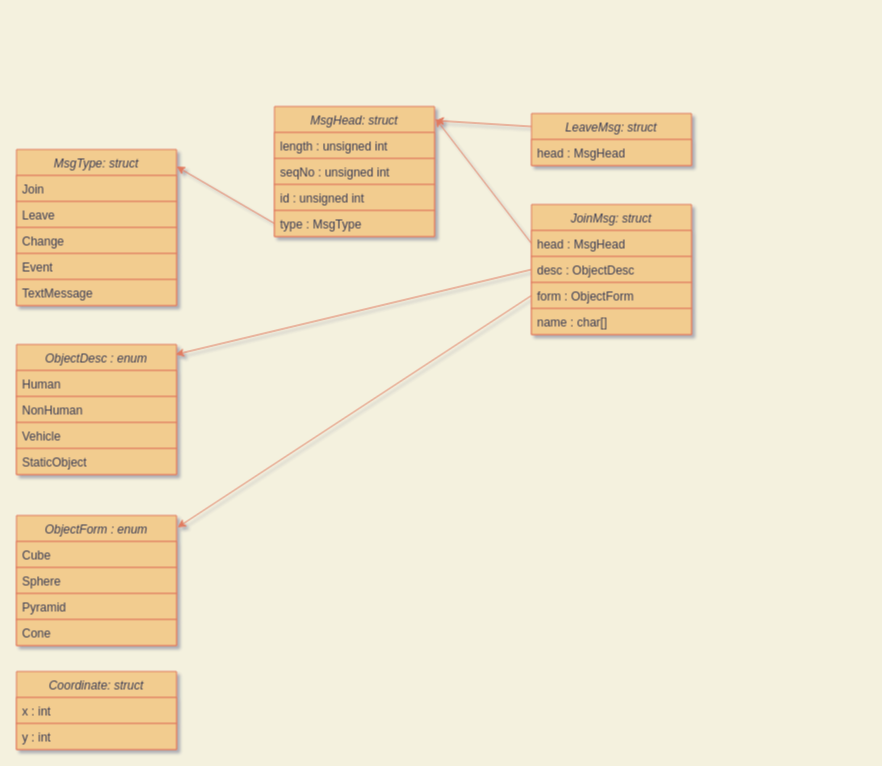
Above: Lab 4.drawio in mogggen/Hello_World_Multiplayer (draw.io), before the change. Source tidied: cells renumbered, new cells numbered last; positions are measured from the earlier drawing's top-left corner, leaving out a move shared by most shapes. Both pictures are drawn from the tidied source at 100%, with x=0, y=0 at pixel (16, 106).
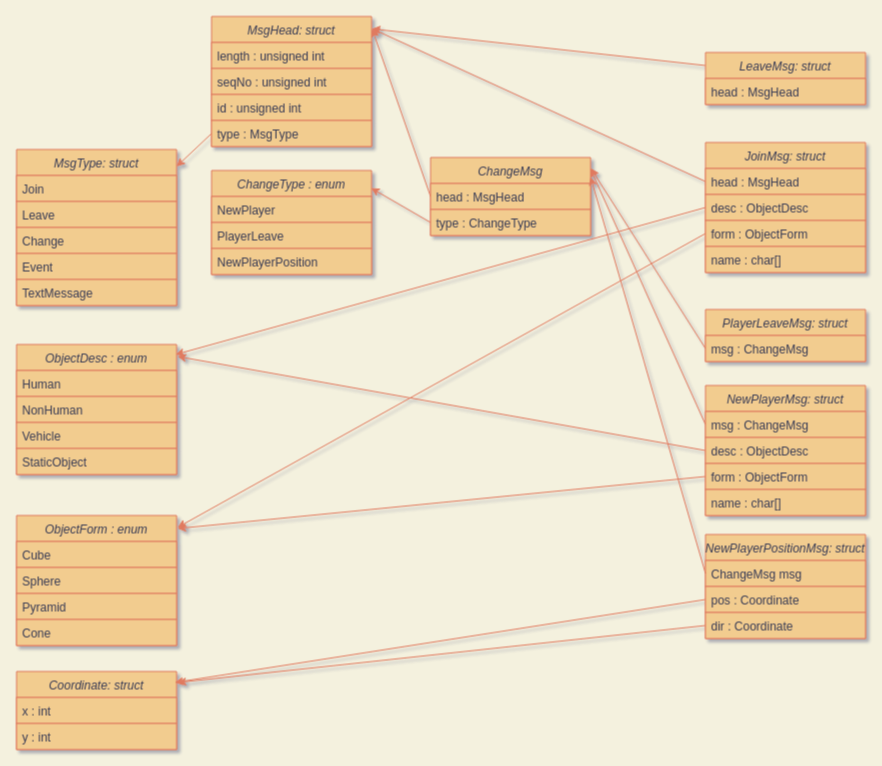
The same diagram, later.

Commit message:
say whut

Unchanged cells that the change refers to:
```xml
<mxCell id="14" value="ObjectDesc : enum" style="swimlane;fontStyle=2;align=center;verticalAlign=top;horizontal=1;startSize=26;shadow=0;strokeWidth=1;fillColor=#F2CC8F;strokeColor=#E07A5F;fontColor=#393C56;" parent="1" vertex="1">
  <mxGeometry y="238" width="160" height="130" as="geometry" />
</mxCell>
<mxCell id="19" value="ObjectForm : enum" style="swimlane;fontStyle=2;align=center;verticalAlign=top;horizontal=1;startSize=26;shadow=0;strokeWidth=1;fillColor=#F2CC8F;strokeColor=#E07A5F;fontColor=#393C56;" parent="1" vertex="1">
  <mxGeometry y="409" width="160" height="130" as="geometry" />
</mxCell>
```

Change to the diagram source:
```diff
@@
-    <mxCell id="2" value="Coordinate: struct" style="swimlane;fontStyle=2;align=center;verticalAlign=top;horizontal=1;startSize=26;shadow=0;strokeWidth=1;fillColor=#F2CC8F;strokeColor=#E07A5F;fontColor=#393C56;" parent="1" vertex="1">
-      <mxGeometry y="565" width="160" height="78" as="geometry" />
-    </mxCell>
-    <mxCell id="3" value="x : int" style="text;align=left;verticalAlign=top;spacingLeft=4;spacingRight=4;overflow=hidden;fillColor=#F2CC8F;strokeColor=#E07A5F;fontColor=#393C56;" parent="2" vertex="1">
-      <mxGeometry y="26" width="160" height="26" as="geometry" />
-    </mxCell>
-    <mxCell id="4" value="y : int" style="text;align=left;verticalAlign=top;spacingLeft=4;spacingRight=4;overflow=hidden;shadow=0;html=0;fillColor=#F2CC8F;strokeColor=#E07A5F;fontColor=#393C56;" parent="2" vertex="1">
-      <mxGeometry y="52" width="160" height="26" as="geometry" />
-    </mxCell>
@@
-    <mxCell id="6" style="endArrow=classic;html=1;strokeColor=#E07A5F;fillColor=#F2CC8F;fontColor=#393C56;entryX=1.006;entryY=0.092;entryDx=0;entryDy=0;entryPerimeter=0;exitX=0;exitY=0.5;exitDx=0;exitDy=0;" parent="1" edge="1" source="10" target="30">
+    <mxCell id="6" style="endArrow=classic;html=1;strokeColor=#E07A5F;fillColor=#F2CC8F;fontColor=#393C56;entryX=1;entryY=0.092;entryDx=0;entryDy=0;entryPerimeter=0;exitX=0;exitY=0.5;exitDx=0;exitDy=0;" parent="1" edge="1" source="10" target="30">
       <mxGeometry relative="1" as="geometry" />
     </mxCell>
@@
-    <mxCell id="9" value="JoinMsg: struct" style="swimlane;fontStyle=2;align=center;verticalAlign=top;horizontal=1;startSize=26;shadow=0;strokeWidth=1;fillColor=#F2CC8F;strokeColor=#E07A5F;fontColor=#393C56;" parent="1" vertex="1">
-      <mxGeometry x="515" y="98" width="160" height="130" as="geometry" />
-    </mxCell>
-    <mxCell id="10" value="head : MsgHead" style="text;align=left;verticalAlign=top;spacingLeft=4;spacingRight=4;overflow=hidden;points=[[0,0.5],[1,0.5]];portConstraint=eastwest;fillColor=#F2CC8F;strokeColor=#E07A5F;fontColor=#393C56;" parent="9" vertex="1">
-      <mxGeometry y="26" width="160" height="26" as="geometry" />
-    </mxCell>
-    <mxCell id="11" value="desc : ObjectDesc" style="text;align=left;verticalAlign=top;spacingLeft=4;spacingRight=4;overflow=hidden;shadow=0;html=0;fillColor=#F2CC8F;strokeColor=#E07A5F;fontColor=#393C56;" parent="9" vertex="1">
-      <mxGeometry y="52" width="160" height="26" as="geometry" />
-    </mxCell>
-    <mxCell id="12" value="form : ObjectForm" style="text;align=left;verticalAlign=top;spacingLeft=4;spacingRight=4;overflow=hidden;points=[[0,0.5],[1,0.5]];portConstraint=eastwest;shadow=0;html=0;fillColor=#F2CC8F;strokeColor=#E07A5F;fontColor=#393C56;" parent="9" vertex="1">
-      <mxGeometry y="78" width="160" height="26" as="geometry" />
-    </mxCell>
-    <mxCell id="13" value="name : char[]" style="text;align=left;verticalAlign=top;spacingLeft=4;spacingRight=4;overflow=hidden;shadow=0;html=0;fillColor=#F2CC8F;strokeColor=#E07A5F;fontColor=#393C56;" parent="9" vertex="1">
-      <mxGeometry y="104" width="160" height="26" as="geometry" />
-    </mxCell>
+    <mxCell id="35" style="endArrow=classic;html=1;strokeColor=#E07A5F;fillColor=#F2CC8F;fontColor=#393C56;entryX=1.002;entryY=0.095;entryDx=0;entryDy=0;entryPerimeter=0;exitX=0;exitY=0.25;exitDx=0;exitDy=0;" parent="1" edge="1" source="36" target="30">
+      <mxGeometry relative="1" as="geometry" />
+    </mxCell>
+    <mxCell id="2" value="Coordinate: struct" style="swimlane;fontStyle=2;align=center;verticalAlign=top;horizontal=1;startSize=26;shadow=0;strokeWidth=1;fillColor=#F2CC8F;strokeColor=#E07A5F;fontColor=#393C56;" parent="1" vertex="1">
+      <mxGeometry y="565" width="160" height="78" as="geometry" />
+    </mxCell>
+    <mxCell id="3" value="x : int" style="text;align=left;verticalAlign=top;spacingLeft=4;spacingRight=4;overflow=hidden;fillColor=#F2CC8F;strokeColor=#E07A5F;fontColor=#393C56;" parent="2" vertex="1">
+      <mxGeometry y="26" width="160" height="26" as="geometry" />
+    </mxCell>
+    <mxCell id="4" value="y : int" style="text;align=left;verticalAlign=top;spacingLeft=4;spacingRight=4;overflow=hidden;shadow=0;html=0;fillColor=#F2CC8F;strokeColor=#E07A5F;fontColor=#393C56;" parent="2" vertex="1">
+      <mxGeometry y="52" width="160" height="26" as="geometry" />
+    </mxCell>
@@
+    <mxCell id="38" style="endArrow=classic;html=1;strokeColor=#E07A5F;fillColor=#F2CC8F;fontColor=#393C56;entryX=1.003;entryY=0.094;entryDx=0;entryDy=0;entryPerimeter=0;exitX=0;exitY=0.5;exitDx=0;exitDy=0;" parent="1" edge="1" source="44" target="30">
+      <mxGeometry relative="1" as="geometry" />
+    </mxCell>
+    <mxCell id="39" style="endArrow=classic;html=1;strokeColor=#E07A5F;fillColor=#F2CC8F;fontColor=#393C56;entryX=0.997;entryY=0.169;entryDx=0;entryDy=0;entryPerimeter=0;exitX=0;exitY=0.5;exitDx=0;exitDy=0;" parent="1" edge="1" source="46" target="54">
+      <mxGeometry relative="1" as="geometry" />
+    </mxCell>
+    <mxCell id="40" style="endArrow=classic;html=1;strokeColor=#E07A5F;fillColor=#F2CC8F;fontColor=#393C56;entryX=0.998;entryY=0.141;entryDx=0;entryDy=0;exitX=0;exitY=0.5;exitDx=0;exitDy=0;entryPerimeter=0;" parent="1" edge="1" source="50" target="44">
+      <mxGeometry relative="1" as="geometry" />
+    </mxCell>
+    <mxCell id="41" style="endArrow=classic;html=1;strokeColor=#E07A5F;fillColor=#F2CC8F;fontColor=#393C56;entryX=1.006;entryY=0.092;entryDx=0;entryDy=0;entryPerimeter=0;exitX=0;exitY=0.5;exitDx=0;exitDy=0;" parent="1" edge="1" source="49" target="14">
+      <mxGeometry relative="1" as="geometry" />
+    </mxCell>
+    <mxCell id="42" style="endArrow=classic;html=1;strokeColor=#E07A5F;fillColor=#F2CC8F;fontColor=#393C56;entryX=1.006;entryY=0.1;entryDx=0;entryDy=0;entryPerimeter=0;exitX=0;exitY=0.5;exitDx=0;exitDy=0;" parent="1" edge="1" source="52" target="19">
+      <mxGeometry relative="1" as="geometry" />
+    </mxCell>
+    <mxCell id="43" style="endArrow=classic;html=1;strokeColor=#E07A5F;fillColor=#F2CC8F;fontColor=#393C56;exitX=0;exitY=0.75;exitDx=0;exitDy=0;entryX=1.001;entryY=0.136;entryDx=0;entryDy=0;entryPerimeter=0;" parent="1" edge="1" source="47" target="44">
+      <mxGeometry relative="1" as="geometry" />
+    </mxCell>
+    <mxCell id="44" value="ChangeMsg" style="swimlane;fontStyle=2;align=center;verticalAlign=top;horizontal=1;startSize=26;shadow=0;strokeWidth=1;fillColor=#F2CC8F;strokeColor=#E07A5F;fontColor=#393C56;" parent="1" vertex="1">
+      <mxGeometry x="414" y="51" width="160" height="78" as="geometry" />
+    </mxCell>
+    <mxCell id="45" value="head : MsgHead" style="text;align=left;verticalAlign=top;spacingLeft=4;spacingRight=4;overflow=hidden;fillColor=#F2CC8F;strokeColor=#E07A5F;fontColor=#393C56;" parent="44" vertex="1">
+      <mxGeometry y="26" width="160" height="26" as="geometry" />
+    </mxCell>
+    <mxCell id="46" value="type : ChangeType" style="text;align=left;verticalAlign=top;spacingLeft=4;spacingRight=4;overflow=hidden;points=[[0,0.5],[1,0.5]];portConstraint=eastwest;shadow=0;html=0;fillColor=#F2CC8F;strokeColor=#E07A5F;fontColor=#393C56;" parent="44" vertex="1">
+      <mxGeometry y="52" width="160" height="26" as="geometry" />
+    </mxCell>
+    <mxCell id="47" value="PlayerLeaveMsg: struct" style="swimlane;fontStyle=2;align=center;verticalAlign=top;horizontal=1;startSize=26;shadow=0;strokeWidth=1;fillColor=#F2CC8F;strokeColor=#E07A5F;fontColor=#393C56;" parent="1" vertex="1">
+      <mxGeometry x="689" y="203" width="160" height="52" as="geometry" />
+    </mxCell>
+    <mxCell id="48" value="msg : ChangeMsg" style="text;align=left;verticalAlign=top;spacingLeft=4;spacingRight=4;overflow=hidden;fillColor=#F2CC8F;strokeColor=#E07A5F;fontColor=#393C56;" parent="47" vertex="1">
+      <mxGeometry y="26" width="160" height="26" as="geometry" />
+    </mxCell>
+    <mxCell id="9" value="JoinMsg: struct" style="swimlane;fontStyle=2;align=center;verticalAlign=top;horizontal=1;startSize=26;shadow=0;strokeWidth=1;fillColor=#F2CC8F;strokeColor=#E07A5F;fontColor=#393C56;" parent="1" vertex="1">
+      <mxGeometry x="689" y="36" width="160" height="130" as="geometry" />
+    </mxCell>
+    <mxCell id="10" value="head : MsgHead" style="text;align=left;verticalAlign=top;spacingLeft=4;spacingRight=4;overflow=hidden;points=[[0,0.5],[1,0.5]];portConstraint=eastwest;fillColor=#F2CC8F;strokeColor=#E07A5F;fontColor=#393C56;" parent="9" vertex="1">
+      <mxGeometry y="26" width="160" height="26" as="geometry" />
+    </mxCell>
+    <mxCell id="11" value="desc : ObjectDesc" style="text;align=left;verticalAlign=top;spacingLeft=4;spacingRight=4;overflow=hidden;shadow=0;html=0;fillColor=#F2CC8F;strokeColor=#E07A5F;fontColor=#393C56;" parent="9" vertex="1">
+      <mxGeometry y="52" width="160" height="26" as="geometry" />
+    </mxCell>
+    <mxCell id="12" value="form : ObjectForm" style="text;align=left;verticalAlign=top;spacingLeft=4;spacingRight=4;overflow=hidden;points=[[0,0.5],[1,0.5]];portConstraint=eastwest;shadow=0;html=0;fillColor=#F2CC8F;strokeColor=#E07A5F;fontColor=#393C56;" parent="9" vertex="1">
+      <mxGeometry y="78" width="160" height="26" as="geometry" />
+    </mxCell>
+    <mxCell id="13" value="name : char[]" style="text;align=left;verticalAlign=top;spacingLeft=4;spacingRight=4;overflow=hidden;shadow=0;html=0;fillColor=#F2CC8F;strokeColor=#E07A5F;fontColor=#393C56;" parent="9" vertex="1">
+      <mxGeometry y="104" width="160" height="26" as="geometry" />
+    </mxCell>
+    <mxCell id="36" value="LeaveMsg: struct" style="swimlane;fontStyle=2;align=center;verticalAlign=top;horizontal=1;startSize=26;shadow=0;strokeWidth=1;fillColor=#F2CC8F;strokeColor=#E07A5F;fontColor=#393C56;" parent="1" vertex="1">
+      <mxGeometry x="689" y="-54" width="160" height="52" as="geometry" />
+    </mxCell>
+    <mxCell id="37" value="head : MsgHead" style="text;align=left;verticalAlign=top;spacingLeft=4;spacingRight=4;overflow=hidden;fillColor=#F2CC8F;strokeColor=#E07A5F;fontColor=#393C56;" parent="36" vertex="1">
+      <mxGeometry y="26" width="160" height="26" as="geometry" />
+    </mxCell>
+    <mxCell id="49" value="NewPlayerMsg: struct" style="swimlane;fontStyle=2;align=center;verticalAlign=top;horizontal=1;startSize=26;shadow=0;strokeWidth=1;fillColor=#F2CC8F;strokeColor=#E07A5F;fontColor=#393C56;" parent="1" vertex="1">
+      <mxGeometry x="689" y="279" width="160" height="130" as="geometry" />
+    </mxCell>
+    <mxCell id="50" value="msg : ChangeMsg" style="text;align=left;verticalAlign=top;spacingLeft=4;spacingRight=4;overflow=hidden;points=[[0,0.5],[1,0.5]];portConstraint=eastwest;fillColor=#F2CC8F;strokeColor=#E07A5F;fontColor=#393C56;" parent="49" vertex="1">
+      <mxGeometry y="26" width="160" height="26" as="geometry" />
+    </mxCell>
+    <mxCell id="51" value="desc : ObjectDesc" style="text;align=left;verticalAlign=top;spacingLeft=4;spacingRight=4;overflow=hidden;shadow=0;html=0;fillColor=#F2CC8F;strokeColor=#E07A5F;fontColor=#393C56;" parent="49" vertex="1">
+      <mxGeometry y="52" width="160" height="26" as="geometry" />
+    </mxCell>
+    <mxCell id="52" value="form : ObjectForm" style="text;align=left;verticalAlign=top;spacingLeft=4;spacingRight=4;overflow=hidden;points=[[0,0.5],[1,0.5]];portConstraint=eastwest;shadow=0;html=0;fillColor=#F2CC8F;strokeColor=#E07A5F;fontColor=#393C56;" parent="49" vertex="1">
+      <mxGeometry y="78" width="160" height="26" as="geometry" />
+    </mxCell>
+    <mxCell id="53" value="name : char[]" style="text;align=left;verticalAlign=top;spacingLeft=4;spacingRight=4;overflow=hidden;shadow=0;html=0;fillColor=#F2CC8F;strokeColor=#E07A5F;fontColor=#393C56;" parent="49" vertex="1">
+      <mxGeometry y="104" width="160" height="26" as="geometry" />
+    </mxCell>
+    <mxCell id="54" value="ChangeType : enum" style="swimlane;fontStyle=2;align=center;verticalAlign=top;horizontal=1;startSize=26;shadow=0;strokeWidth=1;fillColor=#F2CC8F;strokeColor=#E07A5F;fontColor=#393C56;" parent="1" vertex="1">
+      <mxGeometry x="195" y="64" width="160" height="104" as="geometry" />
+    </mxCell>
+    <mxCell id="55" value="NewPlayer" style="text;align=left;verticalAlign=top;spacingLeft=4;spacingRight=4;overflow=hidden;fillColor=#F2CC8F;strokeColor=#E07A5F;fontColor=#393C56;" parent="54" vertex="1">
+      <mxGeometry y="26" width="160" height="26" as="geometry" />
+    </mxCell>
+    <mxCell id="56" value="PlayerLeave" style="text;align=left;verticalAlign=top;spacingLeft=4;spacingRight=4;overflow=hidden;shadow=0;html=0;fillColor=#F2CC8F;strokeColor=#E07A5F;fontColor=#393C56;" parent="54" vertex="1">
+      <mxGeometry y="52" width="160" height="26" as="geometry" />
+    </mxCell>
+    <mxCell id="57" value="NewPlayerPosition" style="text;align=left;verticalAlign=top;spacingLeft=4;spacingRight=4;overflow=hidden;shadow=0;html=0;fillColor=#F2CC8F;strokeColor=#E07A5F;fontColor=#393C56;" parent="54" vertex="1">
+      <mxGeometry y="78" width="160" height="26" as="geometry" />
+    </mxCell>
     <mxCell id="30" value="MsgHead: struct" style="swimlane;fontStyle=2;align=center;verticalAlign=top;horizontal=1;startSize=26;shadow=0;strokeWidth=1;fillColor=#F2CC8F;strokeColor=#E07A5F;fontColor=#393C56;" parent="1" vertex="1">
-      <mxGeometry x="258" width="160" height="130" as="geometry" />
+      <mxGeometry x="195" y="-90" width="160" height="130" as="geometry" />
     </mxCell>
@@
-    <mxCell id="35" style="endArrow=classic;html=1;strokeColor=#E07A5F;fillColor=#F2CC8F;fontColor=#393C56;entryX=1.006;entryY=0.108;entryDx=0;entryDy=0;entryPerimeter=0;exitX=0;exitY=0.25;exitDx=0;exitDy=0;" parent="1" edge="1" source="36" target="30">
-      <mxGeometry relative="1" as="geometry" />
-    </mxCell>
-    <mxCell id="36" value="LeaveMsg: struct" style="swimlane;fontStyle=2;align=center;verticalAlign=top;horizontal=1;startSize=26;shadow=0;strokeWidth=1;fillColor=#F2CC8F;strokeColor=#E07A5F;fontColor=#393C56;" parent="1" vertex="1">
-      <mxGeometry x="515" y="7" width="160" height="52" as="geometry" />
-    </mxCell>
-    <mxCell id="37" value="head : MsgHead" style="text;align=left;verticalAlign=top;spacingLeft=4;spacingRight=4;overflow=hidden;fillColor=#F2CC8F;strokeColor=#E07A5F;fontColor=#393C56;" parent="36" vertex="1">
-      <mxGeometry y="26" width="160" height="26" as="geometry" />
-    </mxCell>
+    <mxCell id="58" style="endArrow=classic;html=1;strokeColor=#E07A5F;fillColor=#F2CC8F;fontColor=#393C56;entryX=0.988;entryY=0.141;entryDx=0;entryDy=0;entryPerimeter=0;exitX=0;exitY=0.5;exitDx=0;exitDy=0;" parent="1" edge="1" source="62" target="2">
+      <mxGeometry relative="1" as="geometry" />
+    </mxCell>
+    <mxCell id="59" style="endArrow=classic;html=1;strokeColor=#E07A5F;fillColor=#F2CC8F;fontColor=#393C56;exitX=0;exitY=0.5;exitDx=0;exitDy=0;" parent="1" edge="1" source="63">
+      <mxGeometry relative="1" as="geometry">
+        <mxPoint x="161" y="576" as="targetPoint" />
+      </mxGeometry>
+    </mxCell>
+    <mxCell id="60" value="NewPlayerPositionMsg: struct" style="swimlane;fontStyle=2;align=center;verticalAlign=top;horizontal=1;startSize=26;shadow=0;strokeWidth=1;fillColor=#F2CC8F;strokeColor=#E07A5F;fontColor=#393C56;" parent="1" vertex="1">
+      <mxGeometry x="689" y="428" width="160" height="104" as="geometry" />
+    </mxCell>
+    <mxCell id="61" value="ChangeMsg msg" style="text;align=left;verticalAlign=top;spacingLeft=4;spacingRight=4;overflow=hidden;points=[[0,0.5],[1,0.5]];portConstraint=eastwest;fillColor=#F2CC8F;strokeColor=#E07A5F;fontColor=#393C56;" parent="60" vertex="1">
+      <mxGeometry y="26" width="160" height="26" as="geometry" />
+    </mxCell>
+    <mxCell id="62" value="pos : Coordinate" style="text;align=left;verticalAlign=top;spacingLeft=4;spacingRight=4;overflow=hidden;points=[[0,0.5],[1,0.5]];portConstraint=eastwest;shadow=0;html=0;fillColor=#F2CC8F;strokeColor=#E07A5F;fontColor=#393C56;" parent="60" vertex="1">
+      <mxGeometry y="52" width="160" height="26" as="geometry" />
+    </mxCell>
+    <mxCell id="63" value="dir : Coordinate" style="text;align=left;verticalAlign=top;spacingLeft=4;spacingRight=4;overflow=hidden;points=[[0,0.5],[1,0.5]];portConstraint=eastwest;shadow=0;html=0;fillColor=#F2CC8F;strokeColor=#E07A5F;fontColor=#393C56;" parent="60" vertex="1">
+      <mxGeometry y="78" width="160" height="26" as="geometry" />
+    </mxCell>
+    <mxCell id="64" style="endArrow=classic;html=1;strokeColor=#E07A5F;fillColor=#F2CC8F;fontColor=#393C56;entryX=1;entryY=0.25;entryDx=0;entryDy=0;exitX=0;exitY=0.5;exitDx=0;exitDy=0;" parent="1" edge="1" source="61" target="44">
+      <mxGeometry relative="1" as="geometry" />
+    </mxCell>
```
